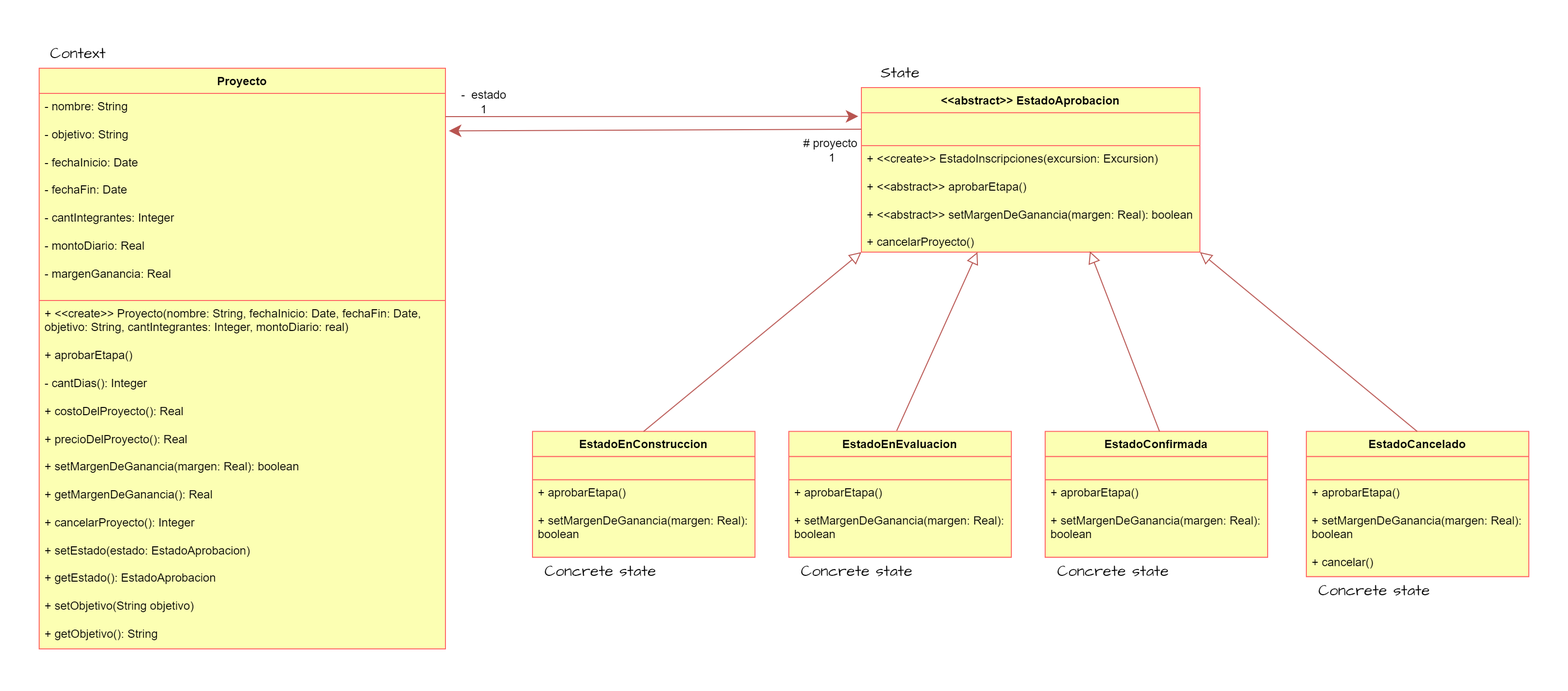
Before: 3er_Año/Orientación_a_Objetos_2/Patrones/Ejercicio11-AdministradorDeProyectos/AdmProyectos_UML.png, a diagram exported from draw.io (NicolasCaporal/Sistemas_UNLP). Source tidied: cells renumbered, new cells last; positions are measured from the earlier drawing's top-left corner, leaving out a move shared by most shapes. The source it was exported from:
```xml
<mxGraphModel>
  <root>
    <mxCell id="0" />
    <mxCell id="1" parent="0" />
    <mxCell id="2" value="Proyecto" style="swimlane;fontStyle=1;align=center;verticalAlign=top;horizontal=1;startSize=26;whiteSpace=wrap;html=1;rounded=0;shadow=0;labelBackgroundColor=none;comic=0;strokeColor=#FF6666;strokeWidth=1;fontFamily=Helvetica;fontSize=12;fillColor=#FCFFB3;" parent="1" vertex="1">
      <mxGeometry y="30" width="420" height="600" as="geometry" />
    </mxCell>
    <mxCell id="3" value="&lt;div&gt;- nombre: String&lt;/div&gt;&lt;div&gt;&lt;br&gt;&lt;/div&gt;- objetivo: String&lt;div&gt;&lt;br&gt;&lt;div&gt;- fechaInicio: Date&lt;/div&gt;&lt;div&gt;&lt;br&gt;&lt;/div&gt;&lt;div&gt;- fechaFin: Date&lt;/div&gt;&lt;div&gt;&lt;br&gt;&lt;/div&gt;&lt;div&gt;- cantIntegrantes: Integer&lt;/div&gt;&lt;div&gt;&lt;br&gt;&lt;/div&gt;&lt;div&gt;- montoDiario: Real&lt;/div&gt;&lt;div&gt;&lt;br&gt;&lt;/div&gt;&lt;div&gt;- margenGanancia: Real&lt;/div&gt;&lt;/div&gt;" style="text;strokeColor=#FF6666;fillColor=#FCFFB3;align=left;verticalAlign=top;spacingLeft=4;spacingRight=4;overflow=hidden;whiteSpace=wrap;html=1;fontSize=12;fontFamily=Helvetica;" parent="2" vertex="1">
      <mxGeometry y="26" width="420" height="214" as="geometry" />
    </mxCell>
    <mxCell id="4" value="+ &amp;lt;&amp;lt;create&amp;gt;&amp;gt; Proyecto(nombre: String, fechaInicio: Date, fechaFin: Date, objetivo: String, cantIntegrantes: Integer, montoDiario: real)&lt;div&gt;&lt;br&gt;&lt;/div&gt;&lt;div&gt;+ aprobarEtapa()&lt;/div&gt;&lt;div&gt;&lt;br&gt;&lt;/div&gt;&lt;div&gt;- cantDias(): Integer&lt;/div&gt;&lt;div&gt;&lt;br&gt;&lt;/div&gt;&lt;div&gt;+ costoDelProyecto(): Real&lt;/div&gt;&lt;div&gt;&lt;br&gt;&lt;/div&gt;&lt;div&gt;+ precioDelProyecto(): Real&lt;/div&gt;&lt;div&gt;&lt;br&gt;&lt;/div&gt;&lt;div&gt;+ setMargenDeGanancia(margen: Real): boolean&lt;/div&gt;&lt;div&gt;&lt;br&gt;&lt;/div&gt;&lt;div&gt;+ getMargenDeGanancia(): Real&lt;br&gt;&lt;/div&gt;&lt;div&gt;&lt;br&gt;&lt;/div&gt;&lt;div&gt;+ cancelarProyecto(): Integer&lt;br&gt;&lt;/div&gt;&lt;div&gt;&lt;br&gt;&lt;/div&gt;&lt;div&gt;+ setEstado(estado: EstadoAprobacion)&lt;/div&gt;&lt;div&gt;&lt;br&gt;&lt;/div&gt;&lt;div&gt;+ getEstado(): EstadoAprobacion&lt;/div&gt;&lt;div&gt;&lt;br&gt;&lt;/div&gt;&lt;div&gt;+ setObjetivo(String objetivo)&lt;/div&gt;&lt;div&gt;&lt;br&gt;&lt;/div&gt;&lt;div&gt;+ getObjetivo(): String&lt;/div&gt;&lt;div&gt;&lt;br&gt;&lt;/div&gt;&lt;div&gt;&lt;br&gt;&lt;/div&gt;" style="text;strokeColor=#FF6666;fillColor=#FCFFB3;align=left;verticalAlign=top;spacingLeft=4;spacingRight=4;overflow=hidden;whiteSpace=wrap;html=1;fontSize=12;fontFamily=Helvetica;" parent="2" vertex="1">
      <mxGeometry y="240" width="420" height="360" as="geometry" />
    </mxCell>
    <mxCell id="5" value="EstadoEnConstruccion" style="swimlane;fontStyle=1;align=center;verticalAlign=top;horizontal=1;startSize=26;whiteSpace=wrap;html=1;rounded=0;shadow=0;labelBackgroundColor=none;comic=0;strokeColor=#FF6666;strokeWidth=1;fontFamily=Helvetica;fontSize=12;fillColor=#FCFFB3;" parent="1" vertex="1">
      <mxGeometry x="510" y="405.3" width="230" height="130" as="geometry" />
    </mxCell>
    <mxCell id="6" style="text;strokeColor=#FF6666;fillColor=#FCFFB3;align=left;verticalAlign=top;spacingLeft=4;spacingRight=4;overflow=hidden;whiteSpace=wrap;html=1;fontSize=12;fontFamily=Helvetica;" parent="5" vertex="1">
      <mxGeometry y="26" width="230" height="24" as="geometry" />
    </mxCell>
    <mxCell id="7" value="+ aprobarEtapa()&lt;div&gt;&lt;br&gt;&lt;/div&gt;&lt;div&gt;+&amp;nbsp;&lt;span style=&quot;background-color: initial;&quot;&gt;setMargenDeGanancia(margen: Real): boolean&lt;/span&gt;&lt;/div&gt;" style="text;strokeColor=#FF6666;fillColor=#FCFFB3;align=left;verticalAlign=top;spacingLeft=4;spacingRight=4;overflow=hidden;whiteSpace=wrap;html=1;fontSize=12;fontFamily=Helvetica;" parent="5" vertex="1">
      <mxGeometry y="50" width="230" height="80" as="geometry" />
    </mxCell>
    <mxCell id="8" style="endArrow=block;html=1;rounded=0;hachureGap=4;fontFamily=Architects Daughter;fontSource=https%3A%2F%2Ffonts.googleapis.com%2Fcss%3Ffamily%3DArchitects%2BDaughter;fontSize=16;fillColor=#f8cecc;strokeColor=#b85450;endFill=0;exitX=0.695;exitY=-0.022;exitDx=0;exitDy=0;exitPerimeter=0;entryX=0;entryY=1;entryDx=0;entryDy=0;endSize=10;" parent="1" edge="1" target="9">
      <mxGeometry relative="1" as="geometry">
        <mxPoint x="624.9" y="405.3" as="sourcePoint" />
      </mxGeometry>
    </mxCell>
    <mxCell id="9" value="&amp;lt;&amp;lt;abstract&amp;gt;&amp;gt; EstadoAprobacion" style="swimlane;fontStyle=1;align=center;verticalAlign=top;horizontal=1;startSize=26;whiteSpace=wrap;html=1;rounded=0;shadow=0;labelBackgroundColor=none;comic=0;strokeColor=#FF6666;strokeWidth=1;fontFamily=Helvetica;fontSize=12;fillColor=#FCFFB3;" parent="1" vertex="1">
      <mxGeometry x="850" y="50" width="350" height="170" as="geometry" />
    </mxCell>
    <mxCell id="10" style="text;strokeColor=#FF6666;fillColor=#FCFFB3;align=left;verticalAlign=top;spacingLeft=4;spacingRight=4;overflow=hidden;points=[[0,0.5],[1,0.5]];portConstraint=eastwest;whiteSpace=wrap;html=1;fontSize=12;fontFamily=Helvetica;" parent="9" vertex="1">
      <mxGeometry y="26" width="350" height="34" as="geometry" />
    </mxCell>
    <mxCell id="11" value="&lt;div style=&quot;font-size: 12px;&quot;&gt;+ &amp;lt;&amp;lt;create&amp;gt;&amp;gt; EstadoInscripciones(excursion: Excursion)&lt;/div&gt;&lt;div style=&quot;font-size: 12px;&quot;&gt;&lt;br style=&quot;font-size: 12px;&quot;&gt;&lt;/div&gt;+ &amp;lt;&amp;lt;abstract&amp;gt;&amp;gt; aprobarEtapa()&lt;div style=&quot;font-size: 12px;&quot;&gt;&lt;br style=&quot;font-size: 12px;&quot;&gt;&lt;/div&gt;&lt;div style=&quot;font-size: 12px;&quot;&gt;+ &amp;lt;&amp;lt;abstract&amp;gt;&amp;gt; setMargenDeGanancia(margen: Real): boolean&lt;/div&gt;&lt;div style=&quot;font-size: 12px;&quot;&gt;&lt;br&gt;&lt;/div&gt;&lt;div style=&quot;font-size: 12px;&quot;&gt;+ cancelarProyecto()&lt;/div&gt;&lt;div style=&quot;font-size: 12px;&quot;&gt;&lt;br&gt;&lt;/div&gt;&lt;div style=&quot;font-size: 12px;&quot;&gt;# getProyecto(): Proyecto&lt;/div&gt;" style="text;strokeColor=#FF6666;fillColor=#FCFFB3;align=left;verticalAlign=top;spacingLeft=4;spacingRight=4;overflow=hidden;points=[[0,0.5],[1,0.5]];portConstraint=eastwest;whiteSpace=wrap;html=1;fontSize=12;fontFamily=Helvetica;" parent="9" vertex="1">
      <mxGeometry y="60" width="350" height="110" as="geometry" />
    </mxCell>
    <mxCell id="12" value="EstadoEnEvaluacion" style="swimlane;fontStyle=1;align=center;verticalAlign=top;horizontal=1;startSize=26;whiteSpace=wrap;html=1;rounded=0;shadow=0;labelBackgroundColor=none;comic=0;strokeColor=#FF6666;strokeWidth=1;fontFamily=Helvetica;fontSize=12;fillColor=#FCFFB3;" parent="1" vertex="1">
      <mxGeometry x="775" y="405.3" width="230" height="130" as="geometry" />
    </mxCell>
    <mxCell id="13" style="text;strokeColor=#FF6666;fillColor=#FCFFB3;align=left;verticalAlign=top;spacingLeft=4;spacingRight=4;overflow=hidden;whiteSpace=wrap;html=1;fontSize=12;fontFamily=Helvetica;" parent="12" vertex="1">
      <mxGeometry y="26" width="230" height="24" as="geometry" />
    </mxCell>
    <mxCell id="14" value="+ aprobarEtapa()&lt;div&gt;&lt;br&gt;&lt;/div&gt;&lt;div&gt;+&amp;nbsp;&lt;span style=&quot;background-color: initial;&quot;&gt;setMargenDeGanancia(margen: Real): boolean&lt;/span&gt;&lt;/div&gt;" style="text;strokeColor=#FF6666;fillColor=#FCFFB3;align=left;verticalAlign=top;spacingLeft=4;spacingRight=4;overflow=hidden;whiteSpace=wrap;html=1;fontSize=12;fontFamily=Helvetica;" parent="12" vertex="1">
      <mxGeometry y="50" width="230" height="80" as="geometry" />
    </mxCell>
    <mxCell id="15" value="EstadoConfirmada" style="swimlane;fontStyle=1;align=center;verticalAlign=top;horizontal=1;startSize=26;whiteSpace=wrap;html=1;rounded=0;shadow=0;labelBackgroundColor=none;comic=0;strokeColor=#FF6666;strokeWidth=1;fontFamily=Helvetica;fontSize=12;fillColor=#FCFFB3;" parent="1" vertex="1">
      <mxGeometry x="1040" y="405.3" width="230" height="130" as="geometry" />
    </mxCell>
    <mxCell id="16" style="text;strokeColor=#FF6666;fillColor=#FCFFB3;align=left;verticalAlign=top;spacingLeft=4;spacingRight=4;overflow=hidden;whiteSpace=wrap;html=1;fontSize=12;fontFamily=Helvetica;" parent="15" vertex="1">
      <mxGeometry y="26" width="230" height="24" as="geometry" />
    </mxCell>
    <mxCell id="17" value="+ aprobarEtapa()&lt;div&gt;&lt;br&gt;&lt;div&gt;+&amp;nbsp;&lt;span style=&quot;background-color: initial;&quot;&gt;setMargenDeGanancia(margen: Real): boolean&lt;/span&gt;&lt;/div&gt;&lt;/div&gt;" style="text;strokeColor=#FF6666;fillColor=#FCFFB3;align=left;verticalAlign=top;spacingLeft=4;spacingRight=4;overflow=hidden;whiteSpace=wrap;html=1;fontSize=12;fontFamily=Helvetica;" parent="15" vertex="1">
      <mxGeometry y="50" width="230" height="80" as="geometry" />
    </mxCell>
    <mxCell id="18" style="endArrow=block;html=1;rounded=0;hachureGap=4;fontFamily=Architects Daughter;fontSource=https%3A%2F%2Ffonts.googleapis.com%2Fcss%3Ffamily%3DArchitects%2BDaughter;fontSize=16;fillColor=#f8cecc;strokeColor=#b85450;endFill=0;exitX=0.485;exitY=-0.006;exitDx=0;exitDy=0;exitPerimeter=0;endSize=10;" parent="1" edge="1" source="12">
      <mxGeometry relative="1" as="geometry">
        <mxPoint x="970" y="220" as="targetPoint" />
      </mxGeometry>
    </mxCell>
    <mxCell id="19" style="endArrow=block;html=1;rounded=0;hachureGap=4;fontFamily=Architects Daughter;fontSource=https%3A%2F%2Ffonts.googleapis.com%2Fcss%3Ffamily%3DArchitects%2BDaughter;fontSize=16;fillColor=#f8cecc;strokeColor=#b85450;endFill=0;exitX=0.695;exitY=-0.022;exitDx=0;exitDy=0;exitPerimeter=0;entryX=0.675;entryY=0.993;entryDx=0;entryDy=0;entryPerimeter=0;endSize=10;" parent="1" edge="1" target="11">
      <mxGeometry relative="1" as="geometry">
        <mxPoint x="1158.2" y="405.3" as="sourcePoint" />
      </mxGeometry>
    </mxCell>
    <mxCell id="20" style="endArrow=classic;html=1;rounded=0;hachureGap=4;fontFamily=Architects Daughter;fontSource=https%3A%2F%2Ffonts.googleapis.com%2Fcss%3Ffamily%3DArchitects%2BDaughter;fontSize=16;fillColor=#f8cecc;strokeColor=#b85450;endFill=1;entryX=-0.009;entryY=0.11;entryDx=0;entryDy=0;entryPerimeter=0;endSize=10;" parent="1" edge="1" target="10">
      <mxGeometry relative="1" as="geometry">
        <mxPoint x="420" y="80" as="sourcePoint" />
      </mxGeometry>
    </mxCell>
    <mxCell id="21" style="endArrow=none;html=1;rounded=0;hachureGap=4;fontFamily=Architects Daughter;fontSource=https%3A%2F%2Ffonts.googleapis.com%2Fcss%3Ffamily%3DArchitects%2BDaughter;fontSize=16;fillColor=#f8cecc;strokeColor=#b85450;endFill=0;entryX=0;entryY=0.5;entryDx=0;entryDy=0;startArrow=classic;startFill=1;endSize=10;sourcePerimeterSpacing=0;startSize=10;" parent="1" edge="1" target="10">
      <mxGeometry relative="1" as="geometry">
        <mxPoint x="423.5" y="94.7" as="sourcePoint" />
      </mxGeometry>
    </mxCell>
    <mxCell id="22" value="-&amp;nbsp; estado&lt;div&gt;1&lt;/div&gt;" style="text;html=1;strokeColor=none;fillColor=none;align=center;verticalAlign=middle;whiteSpace=wrap;rounded=0;fontSize=12;fontFamily=Helvetica;" parent="1" vertex="1">
      <mxGeometry x="420" y="50" width="80" height="30" as="geometry" />
    </mxCell>
    <mxCell id="23" value="# proyecto&amp;nbsp;&lt;div&gt;1&lt;/div&gt;" style="text;html=1;strokeColor=none;fillColor=none;align=center;verticalAlign=middle;whiteSpace=wrap;rounded=0;fontSize=12;fontFamily=Helvetica;" parent="1" vertex="1">
      <mxGeometry x="780" y="100" width="80" height="30" as="geometry" />
    </mxCell>
    <mxCell id="24" value="Context" style="text;html=1;align=center;verticalAlign=middle;strokeColor=none;fillColor=none;fontFamily=Architects Daughter;fontSource=https%3A%2F%2Ffonts.googleapis.com%2Fcss%3Ffamily%3DArchitects%2BDaughter;fontSize=16;" parent="1" vertex="1">
      <mxGeometry width="80" height="30" as="geometry" />
    </mxCell>
    <mxCell id="25" value="State" style="text;html=1;align=center;verticalAlign=middle;strokeColor=none;fillColor=none;fontFamily=Architects Daughter;fontSource=https%3A%2F%2Ffonts.googleapis.com%2Fcss%3Ffamily%3DArchitects%2BDaughter;fontSize=16;" parent="1" vertex="1">
      <mxGeometry x="860" y="20" width="60" height="30" as="geometry" />
    </mxCell>
    <mxCell id="26" value="Concrete state" style="text;html=1;align=center;verticalAlign=middle;strokeColor=none;fillColor=none;fontFamily=Architects Daughter;fontSource=https%3A%2F%2Ffonts.googleapis.com%2Fcss%3Ffamily%3DArchitects%2BDaughter;fontSize=16;" parent="1" vertex="1">
      <mxGeometry x="510" y="535.3" width="140" height="30" as="geometry" />
    </mxCell>
    <mxCell id="27" value="Concrete state" style="text;html=1;align=center;verticalAlign=middle;strokeColor=none;fillColor=none;fontFamily=Architects Daughter;fontSource=https%3A%2F%2Ffonts.googleapis.com%2Fcss%3Ffamily%3DArchitects%2BDaughter;fontSize=16;" parent="1" vertex="1">
      <mxGeometry x="775" y="535.3" width="140" height="30" as="geometry" />
    </mxCell>
    <mxCell id="28" value="Concrete state" style="text;html=1;align=center;verticalAlign=middle;strokeColor=none;fillColor=none;fontFamily=Architects Daughter;fontSource=https%3A%2F%2Ffonts.googleapis.com%2Fcss%3Ffamily%3DArchitects%2BDaughter;fontSize=16;" parent="1" vertex="1">
      <mxGeometry x="1040" y="535.3" width="140" height="30" as="geometry" />
    </mxCell>
    <mxCell id="29" value="EstadoCancelado" style="swimlane;fontStyle=1;align=center;verticalAlign=top;horizontal=1;startSize=26;whiteSpace=wrap;html=1;rounded=0;shadow=0;labelBackgroundColor=none;comic=0;strokeColor=#FF6666;strokeWidth=1;fontFamily=Helvetica;fontSize=12;fillColor=#FCFFB3;" parent="1" vertex="1">
      <mxGeometry x="1310" y="405.3" width="230" height="150" as="geometry" />
    </mxCell>
    <mxCell id="30" style="text;strokeColor=#FF6666;fillColor=#FCFFB3;align=left;verticalAlign=top;spacingLeft=4;spacingRight=4;overflow=hidden;whiteSpace=wrap;html=1;fontSize=12;fontFamily=Helvetica;" parent="29" vertex="1">
      <mxGeometry y="26" width="230" height="24" as="geometry" />
    </mxCell>
    <mxCell id="31" value="+ aprobarEtapa()&lt;div&gt;&lt;br&gt;&lt;div&gt;+&amp;nbsp;&lt;span style=&quot;background-color: initial;&quot;&gt;setMargenDeGanancia(margen: Real): boolean&lt;/span&gt;&lt;/div&gt;&lt;/div&gt;&lt;div&gt;&lt;span style=&quot;background-color: initial;&quot;&gt;&lt;br&gt;&lt;/span&gt;&lt;/div&gt;&lt;div&gt;&lt;span style=&quot;background-color: initial;&quot;&gt;+ cancelar()&lt;/span&gt;&lt;/div&gt;" style="text;strokeColor=#FF6666;fillColor=#FCFFB3;align=left;verticalAlign=top;spacingLeft=4;spacingRight=4;overflow=hidden;whiteSpace=wrap;html=1;fontSize=12;fontFamily=Helvetica;" parent="29" vertex="1">
      <mxGeometry y="50" width="230" height="100" as="geometry" />
    </mxCell>
    <mxCell id="32" value="Concrete state" style="text;html=1;align=center;verticalAlign=middle;strokeColor=none;fillColor=none;fontFamily=Architects Daughter;fontSource=https%3A%2F%2Ffonts.googleapis.com%2Fcss%3Ffamily%3DArchitects%2BDaughter;fontSize=16;" parent="1" vertex="1">
      <mxGeometry x="1310" y="555.3" width="140" height="30" as="geometry" />
    </mxCell>
    <mxCell id="33" style="endArrow=block;html=1;rounded=0;hachureGap=4;fontFamily=Architects Daughter;fontSource=https%3A%2F%2Ffonts.googleapis.com%2Fcss%3Ffamily%3DArchitects%2BDaughter;fontSize=16;fillColor=#f8cecc;strokeColor=#b85450;endFill=0;exitX=0.695;exitY=-0.022;exitDx=0;exitDy=0;exitPerimeter=0;entryX=1;entryY=1;entryDx=0;entryDy=0;endSize=10;" parent="1" edge="1" target="9">
      <mxGeometry relative="1" as="geometry">
        <mxPoint x="1424.6" y="405.3" as="sourcePoint" />
      </mxGeometry>
    </mxCell>
  </root>
</mxGraphModel>
```
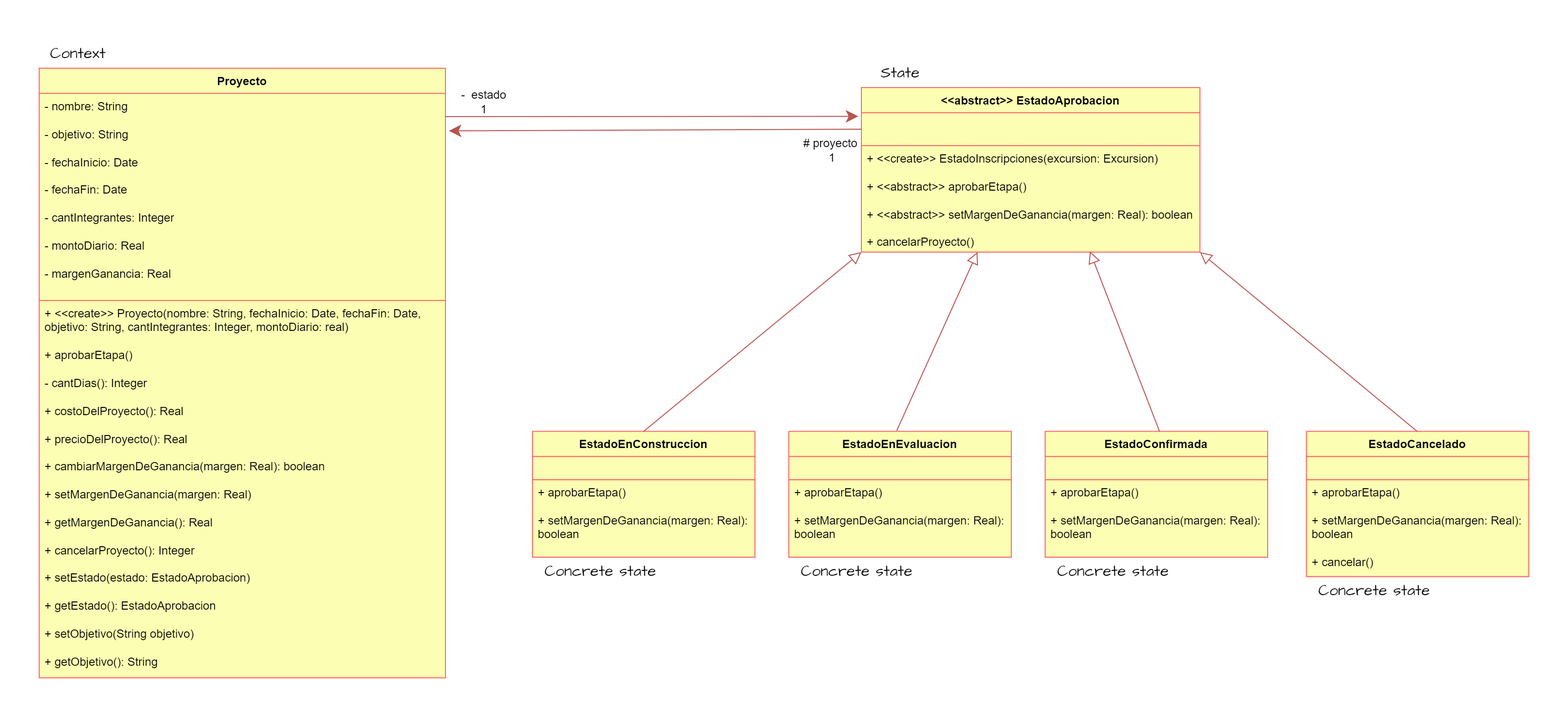
The same file after the commit.

The edit, as a diff of the source:
```diff
@@ -3,13 +3,13 @@
     <mxCell id="0" />
     <mxCell id="1" parent="0" />
     <mxCell id="2" value="Proyecto" style="swimlane;fontStyle=1;align=center;verticalAlign=top;horizontal=1;startSize=26;whiteSpace=wrap;html=1;rounded=0;shadow=0;labelBackgroundColor=none;comic=0;strokeColor=#FF6666;strokeWidth=1;fontFamily=Helvetica;fontSize=12;fillColor=#FCFFB3;" parent="1" vertex="1">
-      <mxGeometry y="30" width="420" height="600" as="geometry" />
+      <mxGeometry y="30" width="420" height="630" as="geometry" />
     </mxCell>
     <mxCell id="3" value="&lt;div&gt;- nombre: String&lt;/div&gt;&lt;div&gt;&lt;br&gt;&lt;/div&gt;- objetivo: String&lt;div&gt;&lt;br&gt;&lt;div&gt;- fechaInicio: Date&lt;/div&gt;&lt;div&gt;&lt;br&gt;&lt;/div&gt;&lt;div&gt;- fechaFin: Date&lt;/div&gt;&lt;div&gt;&lt;br&gt;&lt;/div&gt;&lt;div&gt;- cantIntegrantes: Integer&lt;/div&gt;&lt;div&gt;&lt;br&gt;&lt;/div&gt;&lt;div&gt;- montoDiario: Real&lt;/div&gt;&lt;div&gt;&lt;br&gt;&lt;/div&gt;&lt;div&gt;- margenGanancia: Real&lt;/div&gt;&lt;/div&gt;" style="text;strokeColor=#FF6666;fillColor=#FCFFB3;align=left;verticalAlign=top;spacingLeft=4;spacingRight=4;overflow=hidden;whiteSpace=wrap;html=1;fontSize=12;fontFamily=Helvetica;" parent="2" vertex="1">
       <mxGeometry y="26" width="420" height="214" as="geometry" />
     </mxCell>
-    <mxCell id="4" value="+ &amp;lt;&amp;lt;create&amp;gt;&amp;gt; Proyecto(nombre: String, fechaInicio: Date, fechaFin: Date, objetivo: String, cantIntegrantes: Integer, montoDiario: real)&lt;div&gt;&lt;br&gt;&lt;/div&gt;&lt;div&gt;+ aprobarEtapa()&lt;/div&gt;&lt;div&gt;&lt;br&gt;&lt;/div&gt;&lt;div&gt;- cantDias(): Integer&lt;/div&gt;&lt;div&gt;&lt;br&gt;&lt;/div&gt;&lt;div&gt;+ costoDelProyecto(): Real&lt;/div&gt;&lt;div&gt;&lt;br&gt;&lt;/div&gt;&lt;div&gt;+ precioDelProyecto(): Real&lt;/div&gt;&lt;div&gt;&lt;br&gt;&lt;/div&gt;&lt;div&gt;+ setMargenDeGanancia(margen: Real): boolean&lt;/div&gt;&lt;div&gt;&lt;br&gt;&lt;/div&gt;&lt;div&gt;+ getMargenDeGanancia(): Real&lt;br&gt;&lt;/div&gt;&lt;div&gt;&lt;br&gt;&lt;/div&gt;&lt;div&gt;+ cancelarProyecto(): Integer&lt;br&gt;&lt;/div&gt;&lt;div&gt;&lt;br&gt;&lt;/div&gt;&lt;div&gt;+ setEstado(estado: EstadoAprobacion)&lt;/div&gt;&lt;div&gt;&lt;br&gt;&lt;/div&gt;&lt;div&gt;+ getEstado(): EstadoAprobacion&lt;/div&gt;&lt;div&gt;&lt;br&gt;&lt;/div&gt;&lt;div&gt;+ setObjetivo(String objetivo)&lt;/div&gt;&lt;div&gt;&lt;br&gt;&lt;/div&gt;&lt;div&gt;+ getObjetivo(): String&lt;/div&gt;&lt;div&gt;&lt;br&gt;&lt;/div&gt;&lt;div&gt;&lt;br&gt;&lt;/div&gt;" style="text;strokeColor=#FF6666;fillColor=#FCFFB3;align=left;verticalAlign=top;spacingLeft=4;spacingRight=4;overflow=hidden;whiteSpace=wrap;html=1;fontSize=12;fontFamily=Helvetica;" parent="2" vertex="1">
-      <mxGeometry y="240" width="420" height="360" as="geometry" />
+    <mxCell id="4" value="+ &amp;lt;&amp;lt;create&amp;gt;&amp;gt; Proyecto(nombre: String, fechaInicio: Date, fechaFin: Date, objetivo: String, cantIntegrantes: Integer, montoDiario: real)&lt;div&gt;&lt;br&gt;&lt;/div&gt;&lt;div&gt;+ aprobarEtapa()&lt;/div&gt;&lt;div&gt;&lt;br&gt;&lt;/div&gt;&lt;div&gt;- cantDias(): Integer&lt;/div&gt;&lt;div&gt;&lt;br&gt;&lt;/div&gt;&lt;div&gt;+ costoDelProyecto(): Real&lt;/div&gt;&lt;div&gt;&lt;br&gt;&lt;/div&gt;&lt;div&gt;+ precioDelProyecto(): Real&lt;/div&gt;&lt;div&gt;&lt;br&gt;&lt;/div&gt;&lt;div&gt;+ cambiarMargenDeGanancia(margen: Real): boolean&lt;/div&gt;&lt;div&gt;&lt;br&gt;&lt;/div&gt;&lt;div&gt;+ setMargenDeGanancia(margen: Real)&lt;br&gt;&lt;/div&gt;&lt;div&gt;&lt;br&gt;&lt;/div&gt;&lt;div&gt;+ getMargenDeGanancia(): Real&lt;br&gt;&lt;/div&gt;&lt;div&gt;&lt;br&gt;&lt;/div&gt;&lt;div&gt;+ cancelarProyecto(): Integer&lt;br&gt;&lt;/div&gt;&lt;div&gt;&lt;br&gt;&lt;/div&gt;&lt;div&gt;+ setEstado(estado: EstadoAprobacion)&lt;/div&gt;&lt;div&gt;&lt;br&gt;&lt;/div&gt;&lt;div&gt;+ getEstado(): EstadoAprobacion&lt;/div&gt;&lt;div&gt;&lt;br&gt;&lt;/div&gt;&lt;div&gt;+ setObjetivo(String objetivo)&lt;/div&gt;&lt;div&gt;&lt;br&gt;&lt;/div&gt;&lt;div&gt;+ getObjetivo(): String&lt;/div&gt;&lt;div&gt;&lt;br&gt;&lt;/div&gt;&lt;div&gt;&lt;br&gt;&lt;/div&gt;" style="text;strokeColor=#FF6666;fillColor=#FCFFB3;align=left;verticalAlign=top;spacingLeft=4;spacingRight=4;overflow=hidden;whiteSpace=wrap;html=1;fontSize=12;fontFamily=Helvetica;" parent="2" vertex="1">
+      <mxGeometry y="240" width="420" height="390" as="geometry" />
     </mxCell>
     <mxCell id="5" value="EstadoEnConstruccion" style="swimlane;fontStyle=1;align=center;verticalAlign=top;horizontal=1;startSize=26;whiteSpace=wrap;html=1;rounded=0;shadow=0;labelBackgroundColor=none;comic=0;strokeColor=#FF6666;strokeWidth=1;fontFamily=Helvetica;fontSize=12;fillColor=#FCFFB3;" parent="1" vertex="1">
       <mxGeometry x="510" y="405.3" width="230" height="130" as="geometry" />
```
